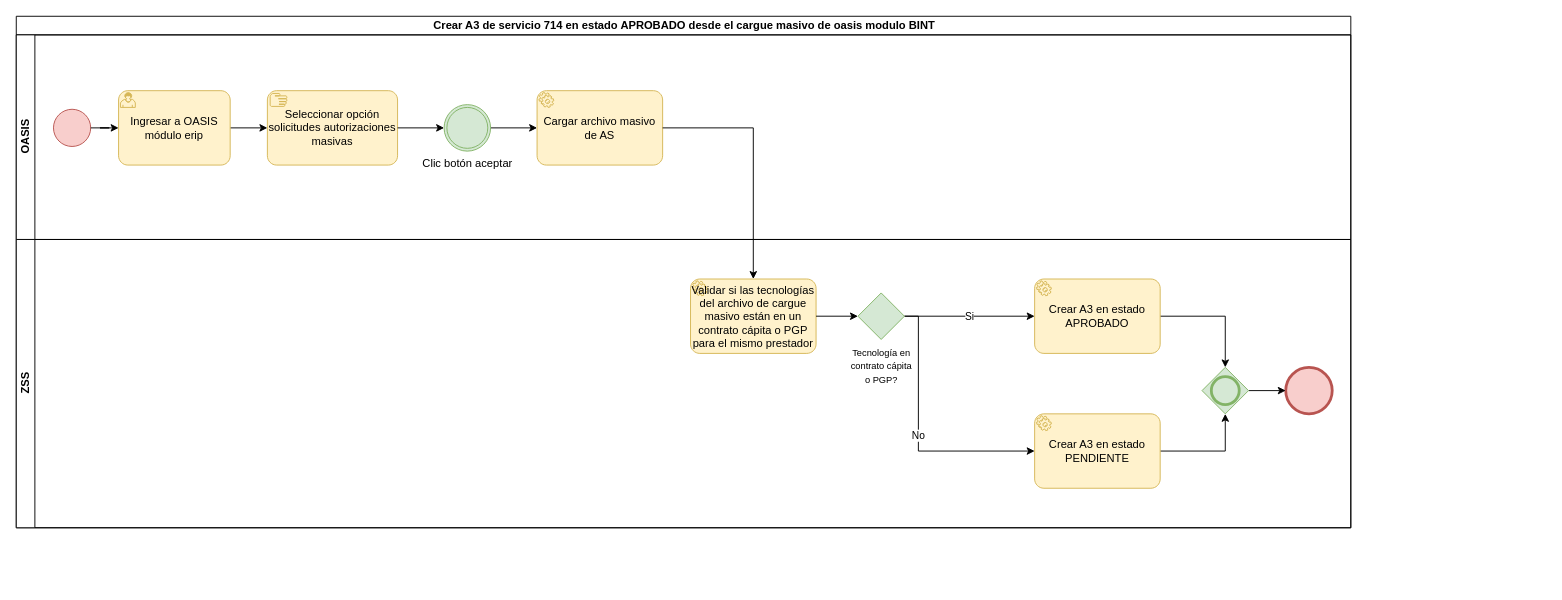
Before: RES-770.drawio in kevinjporto/Diagramas-de-procesos, a draw.io diagram. Source tidied: cells renumbered, new cells numbered last; positions are measured from the earlier drawing's top-left corner, leaving out a move shared by most shapes. Both pictures are drawn from the tidied source at 93%, with x=0, y=0 at pixel (16, 16).
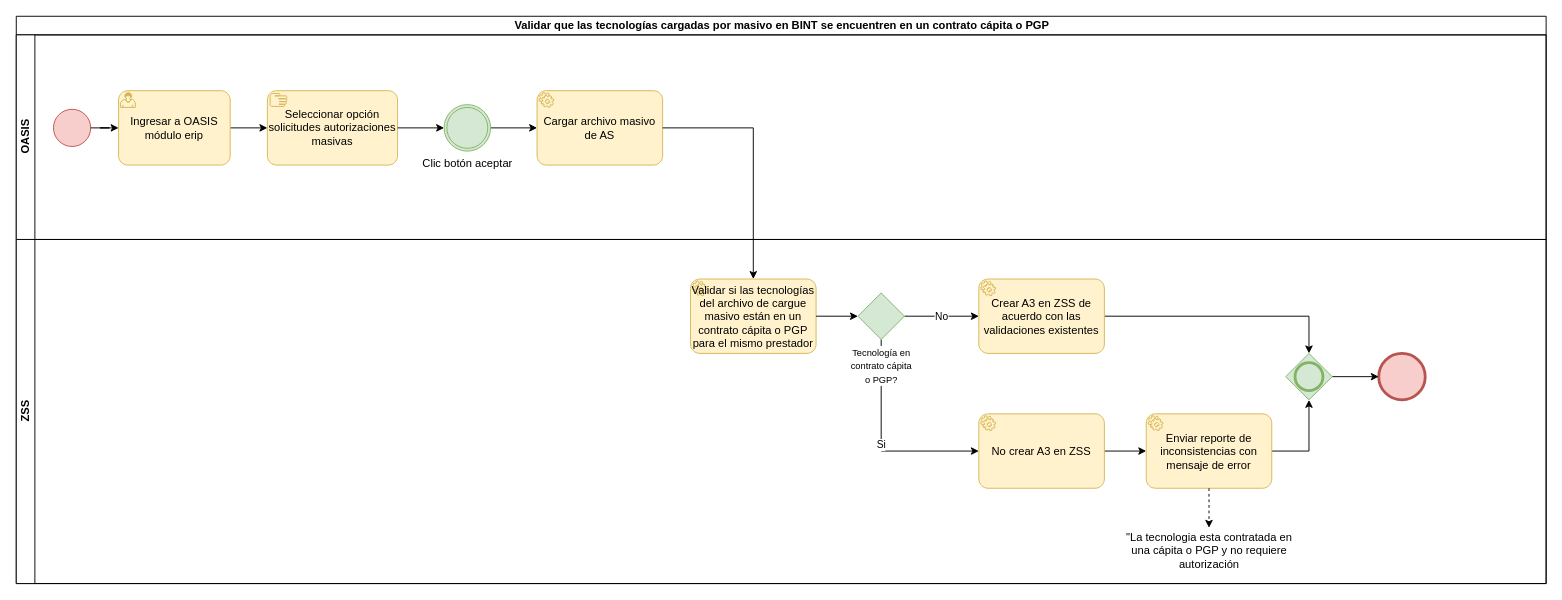
After the change.

The change refers to these unchanged cells:
```xml
<mxCell id="16" value="&lt;font size=&quot;1&quot;&gt;Tecnología en&lt;br&gt;contrato cápita&lt;br&gt;o PGP?&lt;br&gt;&lt;/font&gt;" style="points=[[0.25,0.25,0],[0.5,0,0],[0.75,0.25,0],[1,0.5,0],[0.75,0.75,0],[0.5,1,0],[0.25,0.75,0],[0,0.5,0]];shape=mxgraph.bpmn.gateway2;html=1;verticalLabelPosition=bottom;labelBackgroundColor=#ffffff;verticalAlign=top;align=center;perimeter=rhombusPerimeter;outlineConnect=0;outline=none;symbol=none;fillColor=#d5e8d4;strokeColor=#82b366;" parent="13" vertex="1">
  <mxGeometry x="905" y="57.5" width="50" height="50" as="geometry" />
</mxCell>
```

Change to the diagram source:
```diff
@@
-    <mxCell id="2" value="Crear A3 de servicio 714 en estado APROBADO desde el cargue masivo de oasis modulo BINT" style="swimlane;horizontal=1;startSize=20;html=1;" parent="1" vertex="1">
-      <mxGeometry width="1435" height="550" as="geometry" />
+    <mxCell id="2" value="Validar que las tecnologías cargadas por masivo en BINT se encuentren en un contrato cápita o PGP" style="swimlane;horizontal=1;startSize=20;html=1;" parent="1" vertex="1">
+      <mxGeometry width="1645" height="610" as="geometry" />
     </mxCell>
     <mxCell id="3" value="OASIS" style="swimlane;startSize=20;horizontal=0;html=1;" parent="2" vertex="1">
-      <mxGeometry y="20" width="1435" height="220" as="geometry" />
+      <mxGeometry y="20" width="1645" height="220" as="geometry" />
     </mxCell>
@@
     <mxCell id="13" value="ZSS" style="swimlane;startSize=20;horizontal=0;html=1;" parent="2" vertex="1">
-      <mxGeometry y="240" width="1435" height="310" as="geometry" />
+      <mxGeometry y="240" width="1645" height="370" as="geometry" />
     </mxCell>
-    <mxCell id="14" value="Si" style="edgeStyle=orthogonalEdgeStyle;rounded=0;jettySize=auto;html=1;" parent="13" edge="1" source="16" target="18">
+    <mxCell id="14" value="No" style="edgeStyle=orthogonalEdgeStyle;rounded=0;jettySize=auto;html=1;" parent="13" edge="1" source="16" target="18">
       <mxGeometry relative="1" as="geometry" />
     </mxCell>
-    <mxCell id="15" value="No" style="edgeStyle=orthogonalEdgeStyle;rounded=0;jettySize=auto;html=1;entryX=0;entryY=0.5;entryDx=0;entryDy=0;entryPerimeter=0;" parent="13" edge="1" source="16" target="23">
+    <mxCell id="15" value="Si" style="edgeStyle=orthogonalEdgeStyle;rounded=0;jettySize=auto;html=1;entryX=0;entryY=0.5;entryDx=0;entryDy=0;entryPerimeter=0;" parent="13" edge="1" source="16" target="23">
       <mxGeometry relative="1" as="geometry">
         <Array as="points">
-          <mxPoint x="970" y="228" />
+          <mxPoint x="930" y="228" />
         </Array>
       </mxGeometry>
     </mxCell>
@@
-    <mxCell id="18" value="Crear A3 en estado APROBADO" style="points=[[0.25,0,0],[0.5,0,0],[0.75,0,0],[1,0.25,0],[1,0.5,0],[1,0.75,0],[0.75,1,0],[0.5,1,0],[0.25,1,0],[0,0.75,0],[0,0.5,0],[0,0.25,0]];shape=mxgraph.bpmn.task;whiteSpace=wrap;rectStyle=rounded;size=10;html=1;taskMarker=service;fillColor=#fff2cc;strokeColor=#d6b656;" parent="13" vertex="1">
-      <mxGeometry x="1095" y="42.5" width="135" height="80" as="geometry" />
+    <mxCell id="18" value="Crear A3 en ZSS de acuerdo con las validaciones existentes" style="points=[[0.25,0,0],[0.5,0,0],[0.75,0,0],[1,0.25,0],[1,0.5,0],[1,0.75,0],[0.75,1,0],[0.5,1,0],[0.25,1,0],[0,0.75,0],[0,0.5,0],[0,0.25,0]];shape=mxgraph.bpmn.task;whiteSpace=wrap;rectStyle=rounded;size=10;html=1;taskMarker=service;fillColor=#fff2cc;strokeColor=#d6b656;" parent="13" vertex="1">
+      <mxGeometry x="1035" y="42.5" width="135" height="80" as="geometry" />
     </mxCell>
     <mxCell id="19" style="points=[[0.145,0.145,0],[0.5,0,0],[0.855,0.145,0],[1,0.5,0],[0.855,0.855,0],[0.5,1,0],[0.145,0.855,0],[0,0.5,0]];shape=mxgraph.bpmn.event;html=1;verticalLabelPosition=bottom;labelBackgroundColor=#ffffff;verticalAlign=top;align=center;perimeter=ellipsePerimeter;outlineConnect=0;outline=end;symbol=terminate2;fillColor=#f8cecc;strokeColor=#b85450;" parent="13" vertex="1">
-      <mxGeometry x="1365" y="137.5" width="50" height="50" as="geometry" />
+      <mxGeometry x="1465" y="122.5" width="50" height="50" as="geometry" />
     </mxCell>
@@
     <mxCell id="21" style="points=[[0.25,0.25,0],[0.5,0,0],[0.75,0.25,0],[1,0.5,0],[0.75,0.75,0],[0.5,1,0],[0.25,0.75,0],[0,0.5,0]];shape=mxgraph.bpmn.gateway2;html=1;verticalLabelPosition=bottom;labelBackgroundColor=#ffffff;verticalAlign=top;align=center;perimeter=rhombusPerimeter;outlineConnect=0;outline=end;symbol=general;fillColor=#d5e8d4;strokeColor=#82b366;" parent="13" vertex="1">
-      <mxGeometry x="1275" y="137.5" width="50" height="50" as="geometry" />
+      <mxGeometry x="1365" y="122.5" width="50" height="50" as="geometry" />
     </mxCell>
-    <mxCell id="22" style="edgeStyle=orthogonalEdgeStyle;rounded=0;jettySize=auto;html=1;entryX=0.5;entryY=1;entryDx=0;entryDy=0;entryPerimeter=0;" parent="13" edge="1" source="23" target="21">
-      <mxGeometry relative="1" as="geometry" />
-    </mxCell>
+    <mxCell id="27" style="edgeStyle=orthogonalEdgeStyle;rounded=0;jettySize=auto;html=1;" parent="13" edge="1" source="23" target="29">
+      <mxGeometry relative="1" as="geometry" />
+    </mxCell>
-    <mxCell id="23" value="Crear A3 en estado PENDIENTE" style="points=[[0.25,0,0],[0.5,0,0],[0.75,0,0],[1,0.25,0],[1,0.5,0],[1,0.75,0],[0.75,1,0],[0.5,1,0],[0.25,1,0],[0,0.75,0],[0,0.5,0],[0,0.25,0]];shape=mxgraph.bpmn.task;whiteSpace=wrap;rectStyle=rounded;size=10;html=1;taskMarker=service;fillColor=#fff2cc;strokeColor=#d6b656;" parent="13" vertex="1">
-      <mxGeometry x="1095" y="187.5" width="135" height="80" as="geometry" />
+    <mxCell id="23" value="No crear A3 en ZSS" style="points=[[0.25,0,0],[0.5,0,0],[0.75,0,0],[1,0.25,0],[1,0.5,0],[1,0.75,0],[0.75,1,0],[0.5,1,0],[0.25,1,0],[0,0.75,0],[0,0.5,0],[0,0.25,0]];shape=mxgraph.bpmn.task;whiteSpace=wrap;rectStyle=rounded;size=10;html=1;taskMarker=service;fillColor=#fff2cc;strokeColor=#d6b656;" parent="13" vertex="1">
+      <mxGeometry x="1035" y="187.5" width="135" height="80" as="geometry" />
     </mxCell>
@@
+    <mxCell id="28" style="edgeStyle=orthogonalEdgeStyle;rounded=0;jettySize=auto;html=1;" parent="13" edge="1" source="29" target="21">
+      <mxGeometry relative="1" as="geometry" />
+    </mxCell>
+    <mxCell id="29" value="Enviar reporte de inconsistencias con mensaje de error" style="points=[[0.25,0,0],[0.5,0,0],[0.75,0,0],[1,0.25,0],[1,0.5,0],[1,0.75,0],[0.75,1,0],[0.5,1,0],[0.25,1,0],[0,0.75,0],[0,0.5,0],[0,0.25,0]];shape=mxgraph.bpmn.task;whiteSpace=wrap;rectStyle=rounded;size=10;html=1;taskMarker=service;fillColor=#fff2cc;strokeColor=#d6b656;" parent="13" vertex="1">
+      <mxGeometry x="1215" y="187.5" width="135" height="80" as="geometry" />
+    </mxCell>
+    <mxCell id="30" value="&quot;La tecnologia esta contratada en una cápita o PGP y no requiere autorización" style="text;html=1;strokeColor=none;fillColor=none;align=center;verticalAlign=middle;whiteSpace=wrap;rounded=0;" parent="13" vertex="1">
+      <mxGeometry x="1187.5" y="310" width="190" height="50" as="geometry" />
+    </mxCell>
+    <mxCell id="31" style="edgeStyle=orthogonalEdgeStyle;rounded=0;jettySize=auto;html=1;dashed=1;" parent="13" edge="1" source="29" target="30">
+      <mxGeometry relative="1" as="geometry" />
+    </mxCell>
```
